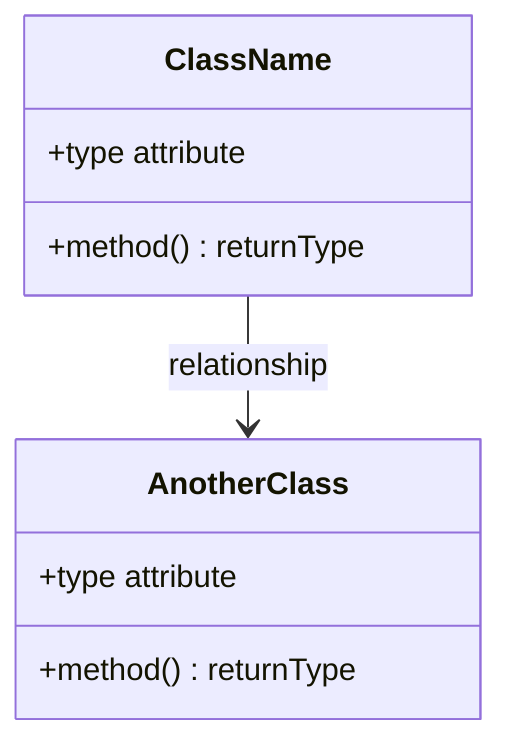
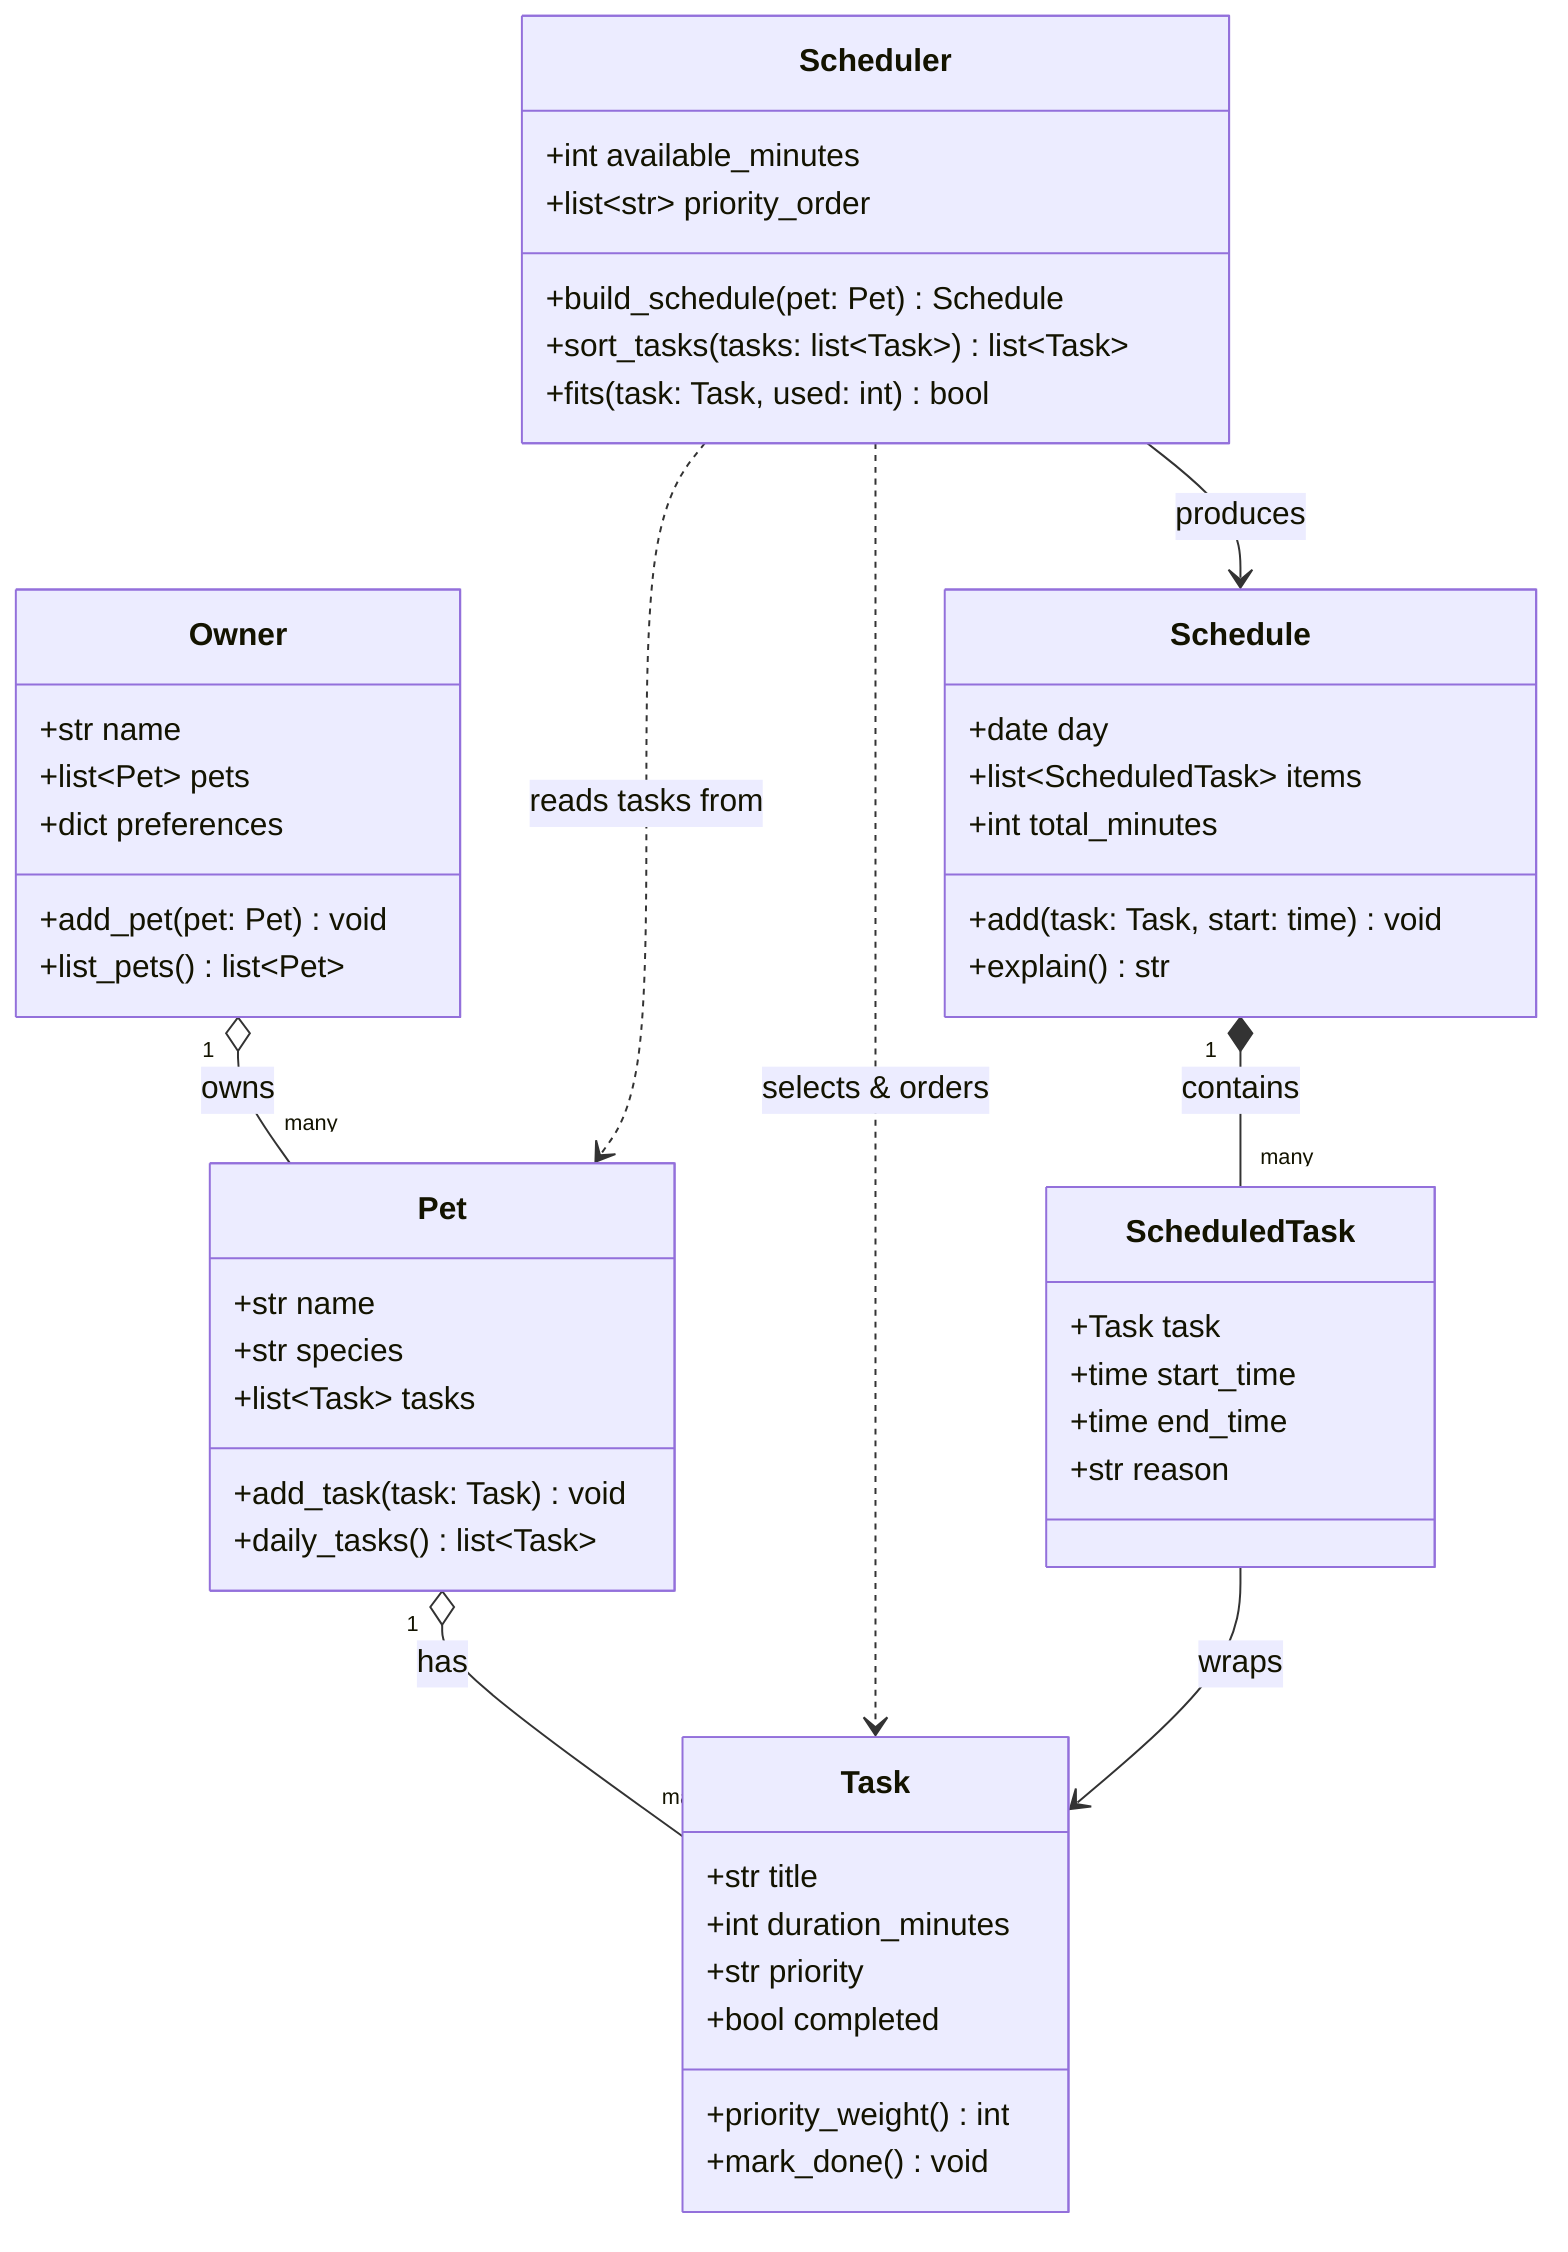
classDiagram
-     %% Replace the placeholders below with your actual classes, attributes, methods, and relationships.
-     %% Keep this file updated so it matches your final implementation.
+     %% PawPal+ class diagram
+     %% A pet-care planning assistant: an Owner has Pets, each Pet has care Tasks,
+     %% and the Scheduler turns those Tasks into an ordered daily Schedule.

-     class ClassName {
-         +type attribute
-         +method() returnType
+     class Owner {
+         +str name
+         +list~Pet~ pets
+         +dict preferences
+         +add_pet(pet: Pet) void
+         +list_pets() list~Pet~
    }

-     class AnotherClass {
-         +type attribute
-         +method() returnType
+     class Pet {
+         +str name
+         +str species
+         +list~Task~ tasks
+         +add_task(task: Task) void
+         +daily_tasks() list~Task~
    }

-     ClassName --> AnotherClass : relationship
+     class Task {
+         +str title
+         +int duration_minutes
+         +str priority
+         +bool completed
+         +priority_weight() int
+         +mark_done() void
+     }
+ 
+     class Schedule {
+         +date day
+         +list~ScheduledTask~ items
+         +int total_minutes
+         +add(task: Task, start: time) void
+         +explain() str
+     }
+ 
+     class ScheduledTask {
+         +Task task
+         +time start_time
+         +time end_time
+         +str reason
+     }
+ 
+     class Scheduler {
+         +int available_minutes
+         +list~str~ priority_order
+         +build_schedule(pet: Pet) Schedule
+         +sort_tasks(tasks: list~Task~) list~Task~
+         +fits(task: Task, used: int) bool
+     }
+ 
+     Owner "1" o-- "many" Pet : owns
+     Pet "1" o-- "many" Task : has
+     Scheduler ..> Pet : reads tasks from
+     Scheduler ..> Task : selects & orders
+     Scheduler --> Schedule : produces
+     Schedule "1" *-- "many" ScheduledTask : contains
+     ScheduledTask --> Task : wraps
